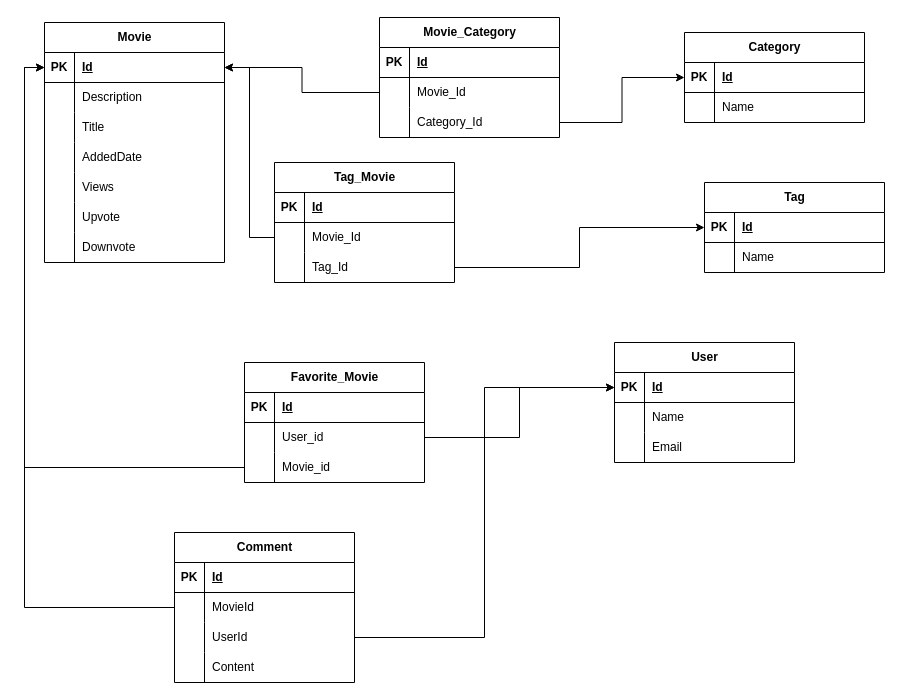
Daniel99W/MoviesWebsite.NET keeps this draw.io diagram as Untitled Diagram.drawio. Above is the earlier version. Source tidied: cells renumbered, new cells numbered last; positions are measured from the earlier drawing's top-left corner, leaving out a move shared by most shapes. Both pictures are drawn from the tidied source at 100%, with x=0, y=0 at pixel (44, 17).
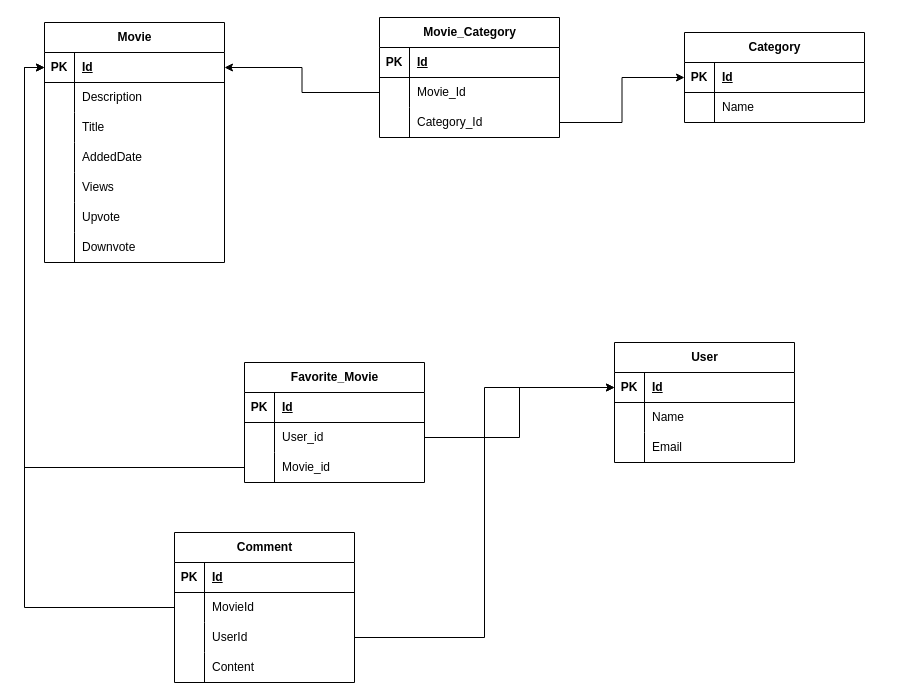
The same page after the edit.

Unchanged cells that the change refers to:
```xml
<mxCell id="3" style="shape=tableRow;horizontal=0;startSize=0;swimlaneHead=0;swimlaneBody=0;fillColor=none;points=[[0,0.5],[1,0.5]];portConstraint=eastwest;top=0;left=0;right=0;bottom=1;" parent="2" vertex="1">
  <mxGeometry y="30" width="180" height="30" as="geometry" />
</mxCell>
```

What changed in the source:
```diff
@@
-    <mxCell id="65" value="Tag" style="shape=table;startSize=30;childLayout=tableLayout;rowLines=0;fontStyle=1;align=center;html=1;" parent="1" vertex="1">
-      <mxGeometry x="660" y="165" width="180" height="90" as="geometry" />
-    </mxCell>
-    <mxCell id="66" style="shape=tableRow;horizontal=0;startSize=0;swimlaneHead=0;swimlaneBody=0;fillColor=none;points=[[0,0.5],[1,0.5]];portConstraint=eastwest;top=0;left=0;right=0;bottom=1;" parent="65" vertex="1">
-      <mxGeometry y="30" width="180" height="30" as="geometry" />
-    </mxCell>
-    <mxCell id="67" value="PK" style="shape=partialRectangle;fillColor=none;top=0;left=0;bottom=0;right=0;fontStyle=1;overflow=hidden;whiteSpace=wrap;html=1;" parent="66" vertex="1">
-      <mxGeometry width="30" height="30" as="geometry" />
-    </mxCell>
-    <mxCell id="68" value="Id" style="shape=partialRectangle;fillColor=none;top=0;left=0;bottom=0;right=0;align=left;spacingLeft=6;fontStyle=5;overflow=hidden;whiteSpace=wrap;html=1;" parent="66" vertex="1">
-      <mxGeometry x="30" width="150" height="30" as="geometry" />
-    </mxCell>
-    <mxCell id="69" style="shape=tableRow;horizontal=0;startSize=0;swimlaneHead=0;swimlaneBody=0;fillColor=none;top=0;left=0;right=0;bottom=0;" parent="65" vertex="1">
-      <mxGeometry y="60" width="180" height="30" as="geometry" />
-    </mxCell>
-    <mxCell id="70" style="shape=partialRectangle;fillColor=none;top=0;left=0;bottom=0;right=0;overflow=hidden;whiteSpace=wrap;html=1;" parent="69" vertex="1">
-      <mxGeometry width="30" height="30" as="geometry" />
-    </mxCell>
-    <mxCell id="71" value="Name" style="shape=partialRectangle;fillColor=none;top=0;left=0;bottom=0;right=0;align=left;spacingLeft=6;overflow=hidden;whiteSpace=wrap;html=1;" parent="69" vertex="1">
-      <mxGeometry x="30" width="150" height="30" as="geometry" />
-    </mxCell>
-    <mxCell id="72" value="Tag_Movie" style="shape=table;startSize=30;childLayout=tableLayout;rowLines=0;fontStyle=1;align=center;html=1;" parent="1" vertex="1">
-      <mxGeometry x="230" y="145" width="180" height="120" as="geometry" />
-    </mxCell>
-    <mxCell id="73" style="shape=tableRow;horizontal=0;startSize=0;swimlaneHead=0;swimlaneBody=0;fillColor=none;top=0;left=0;right=0;bottom=1;" parent="72" vertex="1">
-      <mxGeometry y="30" width="180" height="30" as="geometry" />
-    </mxCell>
-    <mxCell id="74" value="PK" style="shape=partialRectangle;fillColor=none;top=0;left=0;bottom=0;right=0;fontStyle=1;overflow=hidden;whiteSpace=wrap;html=1;" parent="73" vertex="1">
-      <mxGeometry width="30" height="30" as="geometry" />
-    </mxCell>
-    <mxCell id="75" value="Id" style="shape=partialRectangle;fillColor=none;top=0;left=0;bottom=0;right=0;align=left;spacingLeft=6;fontStyle=5;overflow=hidden;whiteSpace=wrap;html=1;" parent="73" vertex="1">
-      <mxGeometry x="30" width="150" height="30" as="geometry" />
-    </mxCell>
-    <mxCell id="76" style="shape=tableRow;horizontal=0;startSize=0;swimlaneHead=0;swimlaneBody=0;fillColor=none;points=[[0,0.5],[1,0.5]];portConstraint=eastwest;top=0;left=0;right=0;bottom=0;" parent="72" vertex="1">
-      <mxGeometry y="60" width="180" height="30" as="geometry" />
-    </mxCell>
-    <mxCell id="77" style="shape=partialRectangle;fillColor=none;top=0;left=0;bottom=0;right=0;overflow=hidden;whiteSpace=wrap;html=1;" parent="76" vertex="1">
-      <mxGeometry width="30" height="30" as="geometry" />
-    </mxCell>
-    <mxCell id="78" value="Movie_Id" style="shape=partialRectangle;fillColor=none;top=0;left=0;bottom=0;right=0;align=left;spacingLeft=6;overflow=hidden;whiteSpace=wrap;html=1;" parent="76" vertex="1">
-      <mxGeometry x="30" width="150" height="30" as="geometry" />
-    </mxCell>
-    <mxCell id="79" style="shape=tableRow;horizontal=0;startSize=0;swimlaneHead=0;swimlaneBody=0;fillColor=none;points=[[0,0.5],[1,0.5]];portConstraint=eastwest;top=0;left=0;right=0;bottom=0;" parent="72" vertex="1">
-      <mxGeometry y="90" width="180" height="30" as="geometry" />
-    </mxCell>
-    <mxCell id="80" style="shape=partialRectangle;fillColor=none;top=0;left=0;bottom=0;right=0;overflow=hidden;whiteSpace=wrap;html=1;" parent="79" vertex="1">
-      <mxGeometry width="30" height="30" as="geometry" />
-    </mxCell>
-    <mxCell id="81" value="Tag_Id" style="shape=partialRectangle;fillColor=none;top=0;left=0;bottom=0;right=0;align=left;spacingLeft=6;overflow=hidden;whiteSpace=wrap;html=1;" parent="79" vertex="1">
-      <mxGeometry x="30" width="150" height="30" as="geometry" />
-    </mxCell>
-    <mxCell id="82" style="edgeStyle=orthogonalEdgeStyle;rounded=0;jettySize=auto;html=1;exitX=1;exitY=0.5;exitDx=0;exitDy=0;entryX=0;entryY=0.5;entryDx=0;entryDy=0;" parent="1" edge="1" source="79" target="66">
-      <mxGeometry relative="1" as="geometry" />
+    <mxCell id="82" style="edgeStyle=orthogonalEdgeStyle;rounded=0;orthogonalLoop=1;jettySize=auto;html=1;exitX=1;exitY=0.5;exitDx=0;exitDy=0;entryX=0;entryY=0.5;entryDx=0;entryDy=0;" parent="1" edge="1">
+      <mxGeometry relative="1" as="geometry">
+        <mxPoint x="660" y="210" as="targetPoint" />
+      </mxGeometry>
     </mxCell>
-    <mxCell id="83" style="edgeStyle=orthogonalEdgeStyle;rounded=0;jettySize=auto;html=1;exitX=0;exitY=0.5;exitDx=0;exitDy=0;entryX=1;entryY=0.5;entryDx=0;entryDy=0;" parent="1" edge="1" source="76" target="3">
-      <mxGeometry relative="1" as="geometry" />
-    </mxCell>
```
